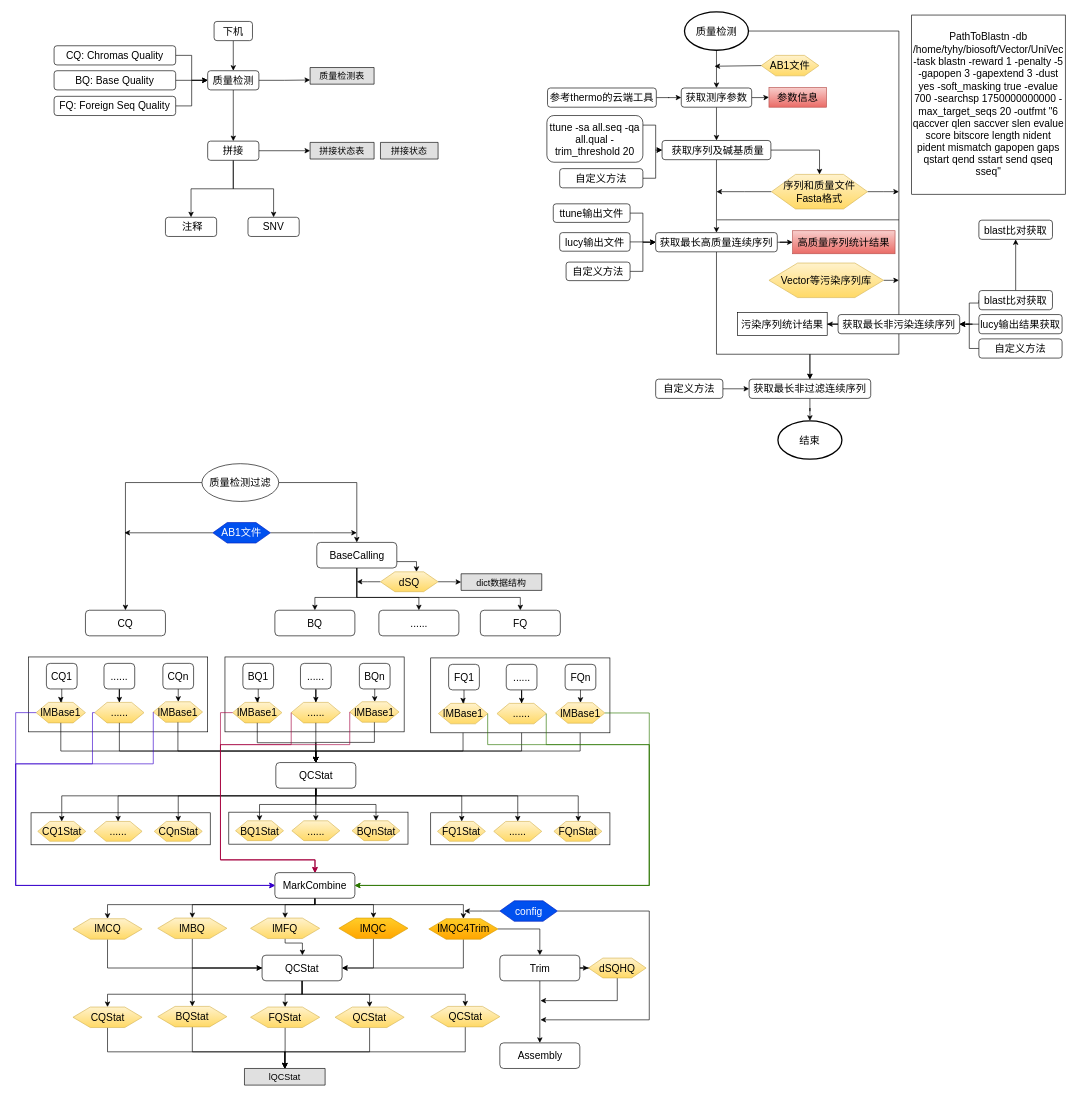
Above: doc/FlowChat.drawio in lry198010/SangerSequenceAnalysis (draw.io), before the change. Source tidied: cells renumbered, new cells numbered last; positions are measured from the earlier drawing's top-left corner, leaving out a move shared by most shapes. Both pictures are drawn from the tidied source at 64%, with x=0, y=0 at pixel (15, 12).
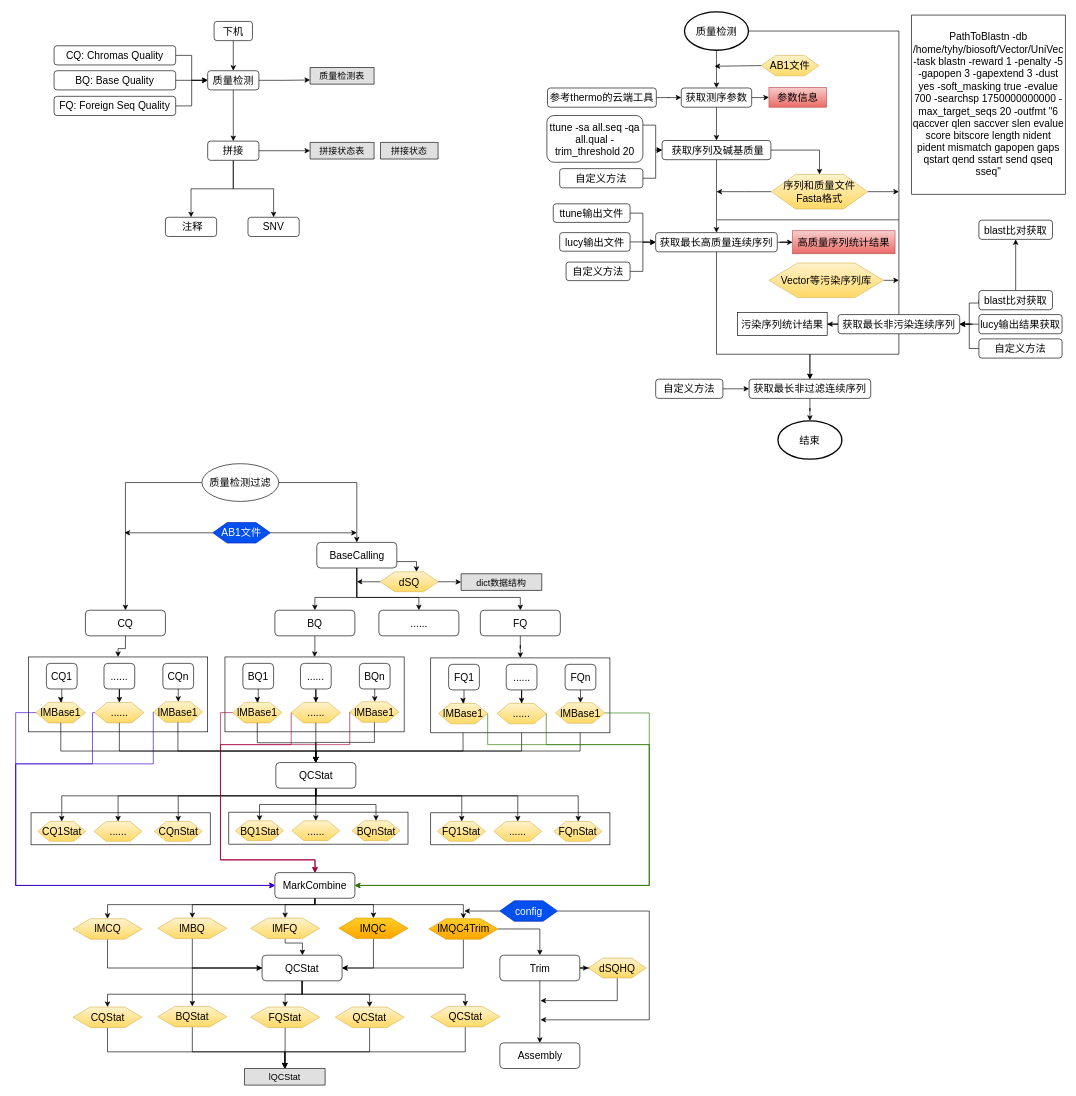
The same page after the edit.

Unchanged cells that the change refers to:
```xml
<mxCell id="112" value="CQ" style="rounded=1;whiteSpace=wrap;html=1;fontSize=16;" parent="1" vertex="1">
  <mxGeometry x="109" y="935" width="125" height="40" as="geometry" />
</mxCell>
<mxCell id="121" value="BQ" style="rounded=1;whiteSpace=wrap;html=1;fontSize=16;" parent="1" vertex="1">
  <mxGeometry x="405" y="935" width="125" height="40" as="geometry" />
</mxCell>
<mxCell id="122" value="FQ" style="rounded=1;whiteSpace=wrap;html=1;fontSize=16;" parent="1" vertex="1">
  <mxGeometry x="726" y="935" width="125" height="40" as="geometry" />
</mxCell>
<mxCell id="131" style="rounded=0;whiteSpace=wrap;html=1;labelBackgroundColor=none;fontSize=16;" parent="130" vertex="1">
  <mxGeometry width="280" height="117" as="geometry" />
</mxCell>
<mxCell id="142" style="rounded=0;whiteSpace=wrap;html=1;labelBackgroundColor=none;fontSize=16;" parent="141" vertex="1">
  <mxGeometry width="280" height="117" as="geometry" />
</mxCell>
<mxCell id="162" style="rounded=0;whiteSpace=wrap;html=1;labelBackgroundColor=none;fontSize=16;" parent="161" vertex="1">
  <mxGeometry width="280" height="117" as="geometry" />
</mxCell>
```

The edit, as a diff of the source:
```diff
@@
+    <mxCell id="215" style="edgeStyle=orthogonalEdgeStyle;rounded=0;jettySize=auto;html=1;entryX=0.5;entryY=0;entryDx=0;entryDy=0;" parent="1" edge="1" source="112" target="131">
+      <mxGeometry relative="1" as="geometry" />
+    </mxCell>
@@
+    <mxCell id="216" style="edgeStyle=orthogonalEdgeStyle;rounded=0;jettySize=auto;html=1;entryX=0.5;entryY=0;entryDx=0;entryDy=0;" parent="1" edge="1" source="121" target="142">
+      <mxGeometry relative="1" as="geometry" />
+    </mxCell>
@@
+    <mxCell id="217" style="edgeStyle=orthogonalEdgeStyle;rounded=0;jettySize=auto;html=1;entryX=0.5;entryY=0;entryDx=0;entryDy=0;" parent="1" edge="1" source="122" target="162">
+      <mxGeometry relative="1" as="geometry" />
+    </mxCell>
```
